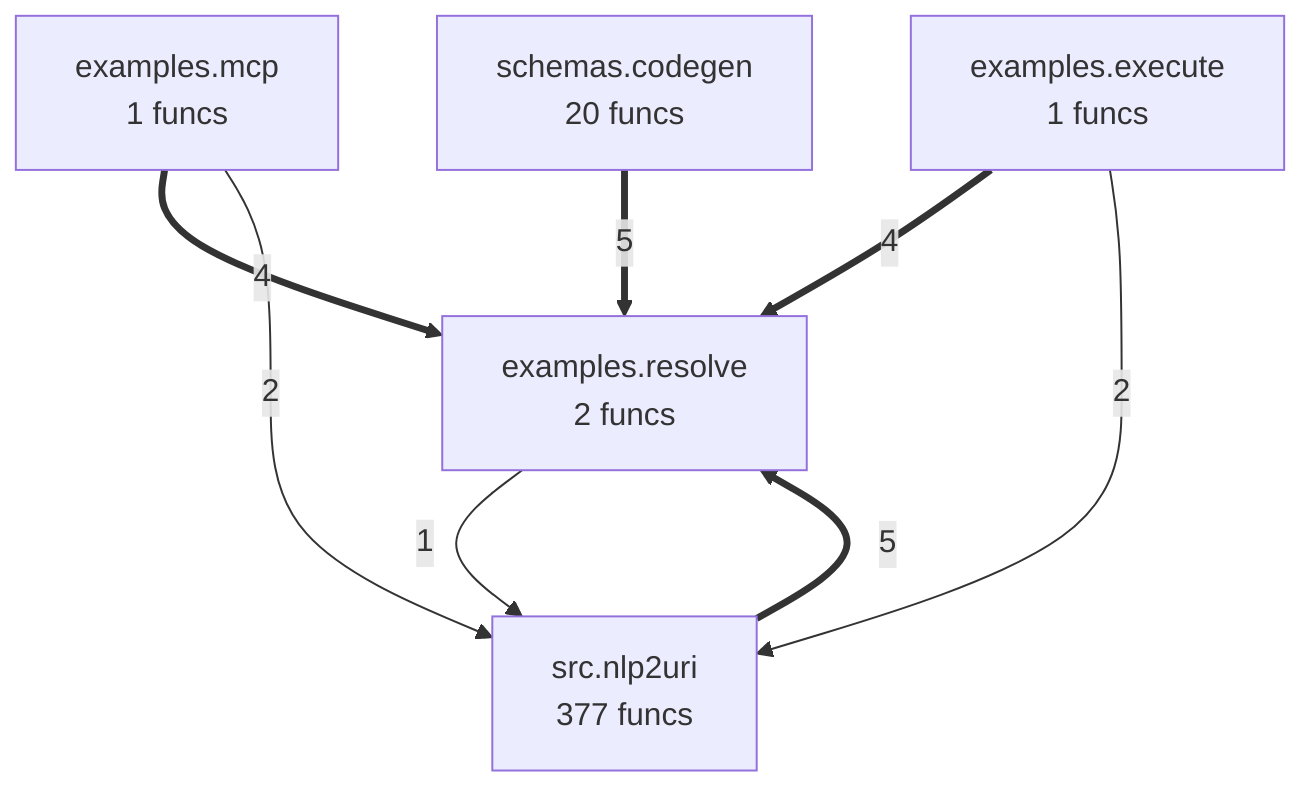
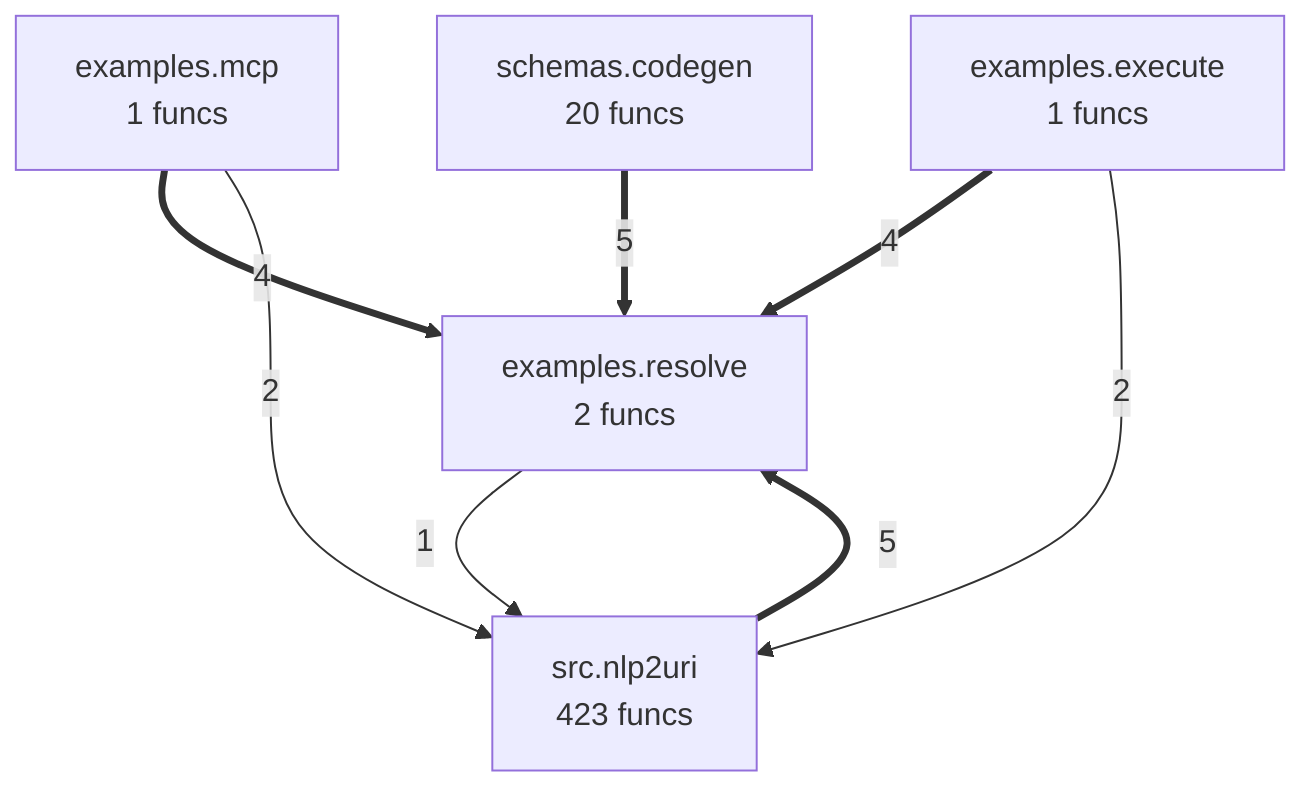
flowchart TD
- %% generated in 0.02s
+ %% generated in 0.01s
    examples__execute["examples.execute<br/>1 funcs"]
    examples__mcp["examples.mcp<br/>1 funcs"]
    examples__resolve["examples.resolve<br/>2 funcs"]
    schemas__codegen["schemas.codegen<br/>20 funcs"]
-     src__nlp2uri["src.nlp2uri<br/>377 funcs"]
+     src__nlp2uri["src.nlp2uri<br/>423 funcs"]
    schemas__codegen ==>|5| examples__resolve
    src__nlp2uri ==>|5| examples__resolve
    examples__mcp ==>|4| examples__resolve
    examples__execute ==>|4| examples__resolve
    examples__mcp -->|2| src__nlp2uri
    examples__execute -->|2| src__nlp2uri
    examples__resolve -->|1| src__nlp2uri
